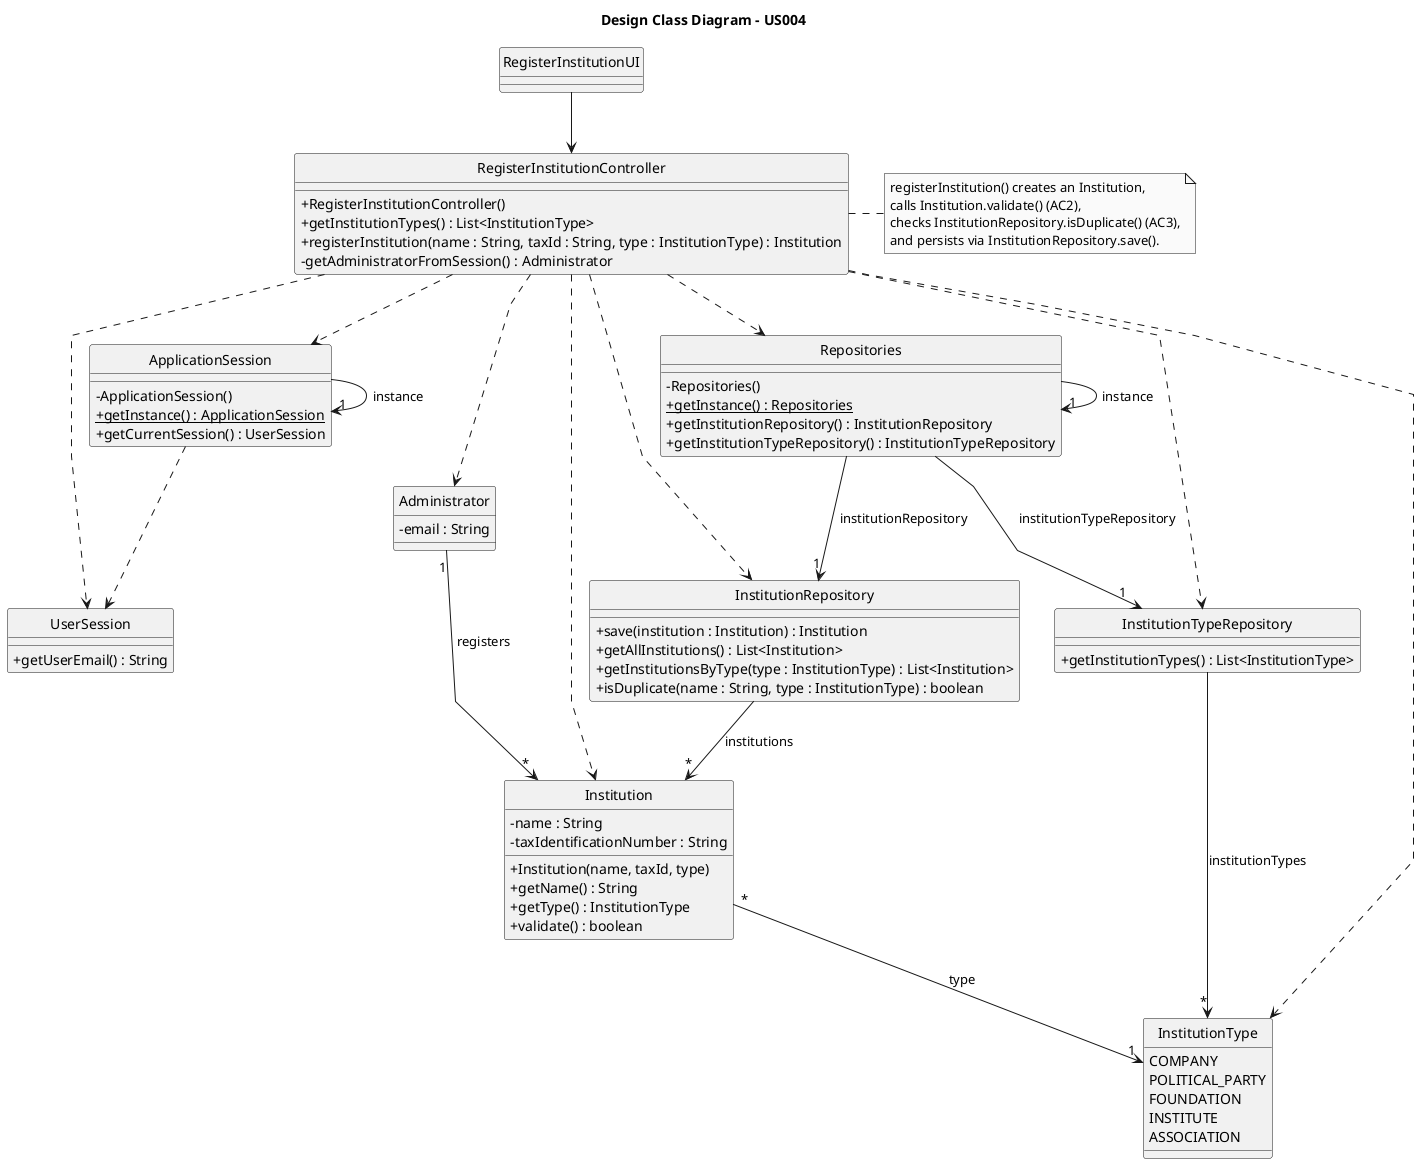
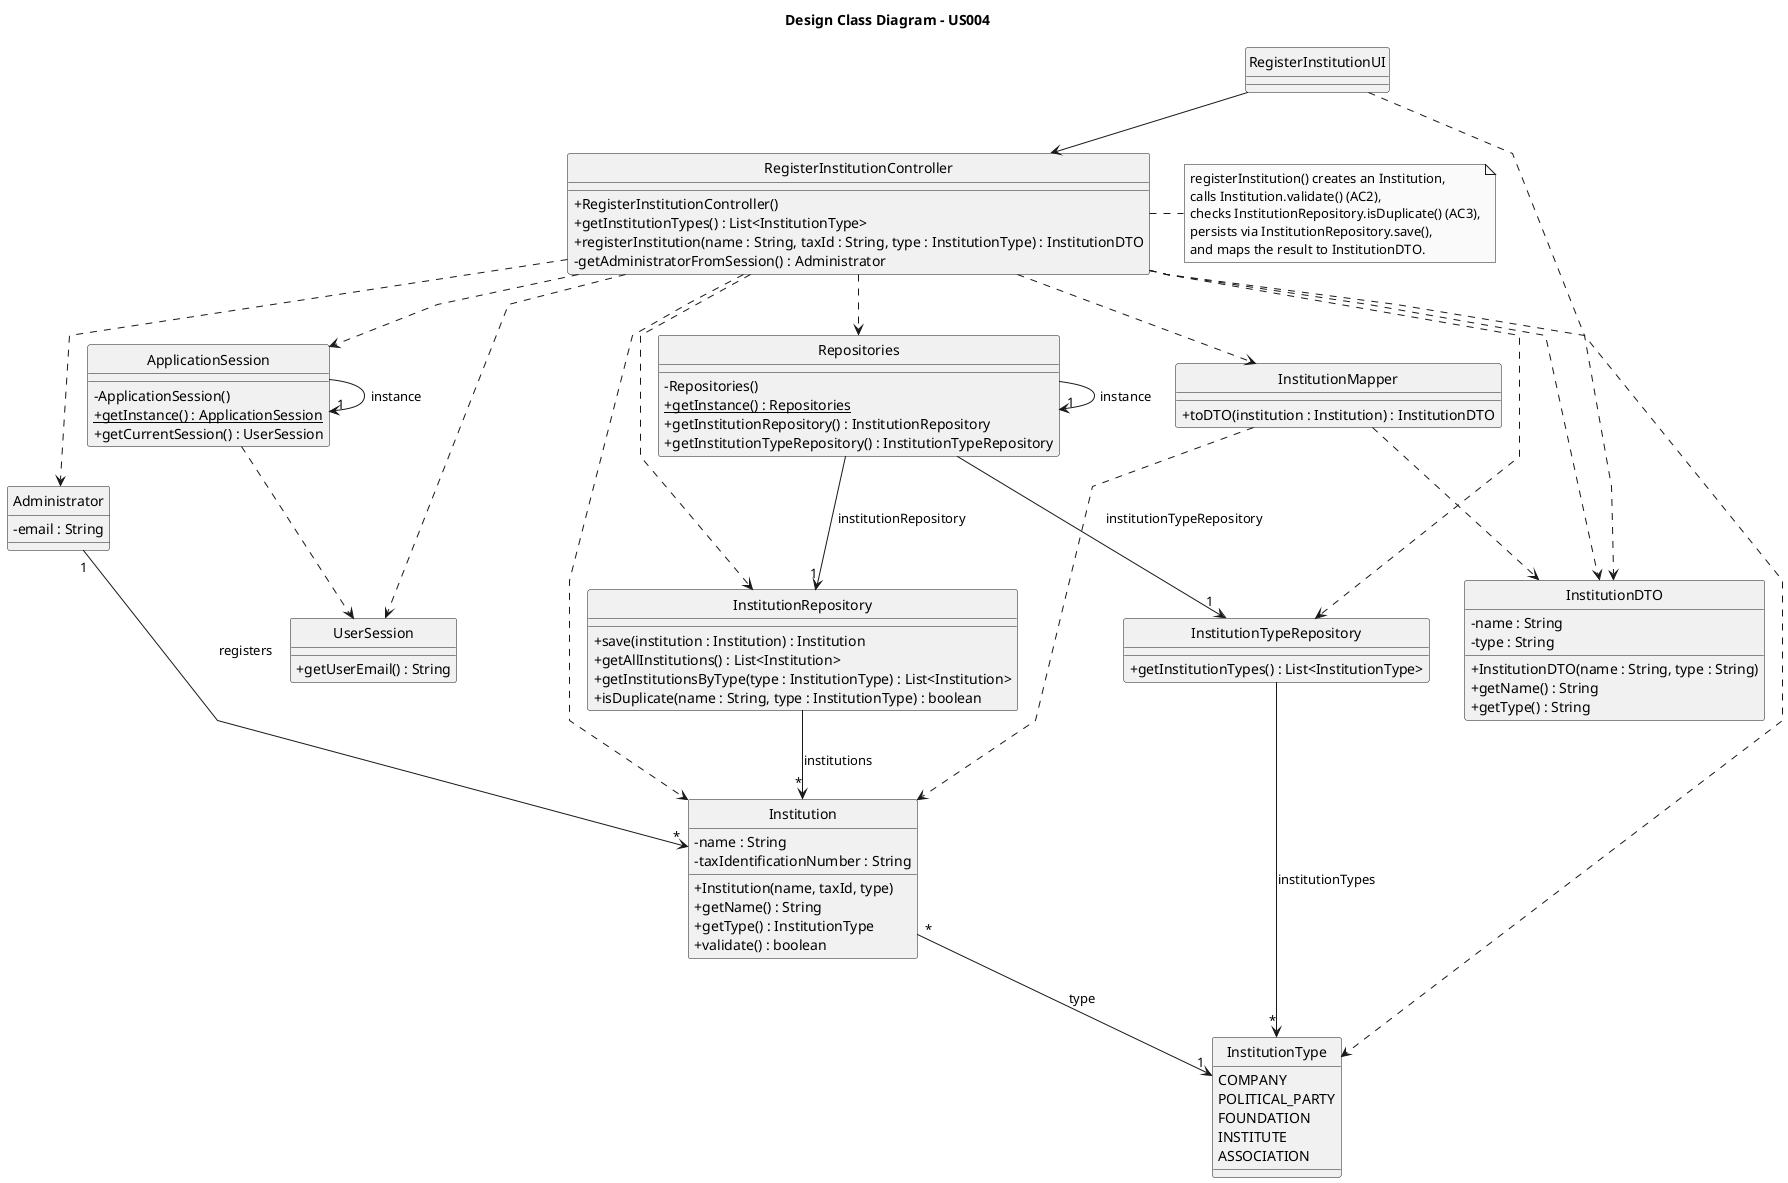
@startuml
skinparam monochrome true
skinparam packageStyle rectangle
skinparam shadowing false
skinparam linetype polyline
skinparam classAttributeIconSize 0

title Design Class Diagram - US004

hide circle

'========================
' Session Layer
'========================

class ApplicationSession {
    - ApplicationSession()
    + {static} getInstance() : ApplicationSession
    + getCurrentSession() : UserSession
}

class UserSession {
    + getUserEmail() : String
}

ApplicationSession -> "1" ApplicationSession : instance
ApplicationSession ..> UserSession

'========================
' Domain Layer
'========================

class Administrator {
    - email : String
}

class Institution {
    - name : String
    - taxIdentificationNumber : String
    + Institution(name, taxId, type)
    + getName() : String
    + getType() : InstitutionType
    + validate() : boolean
}

enum InstitutionType {
    COMPANY
    POLITICAL_PARTY
    FOUNDATION
    INSTITUTE
    ASSOCIATION
}

Institution "*" --> "1" InstitutionType : type
Administrator "1" --> "*" Institution : registers

'========================
' Repository Layer
'========================

class InstitutionRepository {
    + save(institution : Institution) : Institution
    + getAllInstitutions() : List<Institution>
    + getInstitutionsByType(type : InstitutionType) : List<Institution>
    + isDuplicate(name : String, type : InstitutionType) : boolean
}

class InstitutionTypeRepository {
    + getInstitutionTypes() : List<InstitutionType>
}

class Repositories {
    - Repositories()
    + {static} getInstance() : Repositories
    + getInstitutionRepository() : InstitutionRepository
    + getInstitutionTypeRepository() : InstitutionTypeRepository
}

Repositories -> "1" Repositories : instance
Repositories --> "1" InstitutionRepository : institutionRepository
Repositories --> "1" InstitutionTypeRepository : institutionTypeRepository

InstitutionRepository --> "*" Institution : institutions
InstitutionTypeRepository --> "*" InstitutionType : institutionTypes

'========================
' Controller
'========================

class RegisterInstitutionController {
    + RegisterInstitutionController()
    + getInstitutionTypes() : List<InstitutionType>
-     + registerInstitution(name : String, taxId : String, type : InstitutionType) : Institution
+     + registerInstitution(name : String, taxId : String, type : InstitutionType) : InstitutionDTO
    - getAdministratorFromSession() : Administrator
+ }
+ 
+ class InstitutionDTO {
+     - name : String
+     - type : String
+     + InstitutionDTO(name : String, type : String)
+     + getName() : String
+     + getType() : String
+ }
+ 
+ class InstitutionMapper {
+     + toDTO(institution : Institution) : InstitutionDTO
}

note right of RegisterInstitutionController
    registerInstitution() creates an Institution,
    calls Institution.validate() (AC2),
    checks InstitutionRepository.isDuplicate() (AC3),
-     and persists via InstitutionRepository.save().
+     persists via InstitutionRepository.save(),
+     and maps the result to InstitutionDTO.
end note

RegisterInstitutionController ..> Repositories
RegisterInstitutionController ..> InstitutionRepository
RegisterInstitutionController ..> InstitutionTypeRepository
RegisterInstitutionController ..> InstitutionType
RegisterInstitutionController ..> Institution
RegisterInstitutionController ..> Administrator
RegisterInstitutionController ..> ApplicationSession
RegisterInstitutionController ..> UserSession
+ RegisterInstitutionController ..> InstitutionMapper
+ RegisterInstitutionController ..> InstitutionDTO
+ 
+ InstitutionMapper ..> Institution
+ InstitutionMapper ..> InstitutionDTO

'========================
' UI Layer
'========================

class RegisterInstitutionUI {
}

RegisterInstitutionUI --> RegisterInstitutionController
+ RegisterInstitutionUI ..> InstitutionDTO

@enduml
